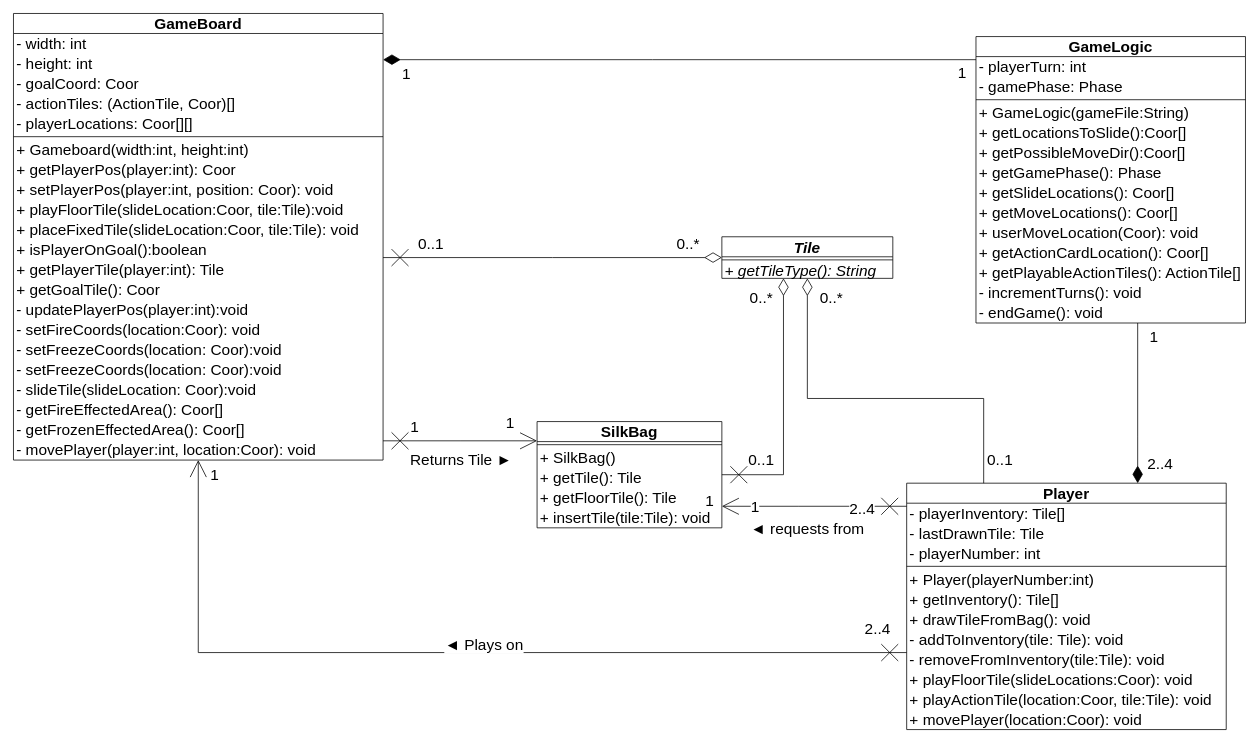
The draw.io diagram A1 Specification/UML/FinalPartialUML(1).drawio in paperclipstudio/Group14, before the edit. Source tidied: cells renumbered, new cells numbered last; positions are measured from the earlier drawing's top-left corner, leaving out a move shared by most shapes. Both pictures are drawn from the tidied source at 77%, with x=0, y=0 at pixel (13, 13).
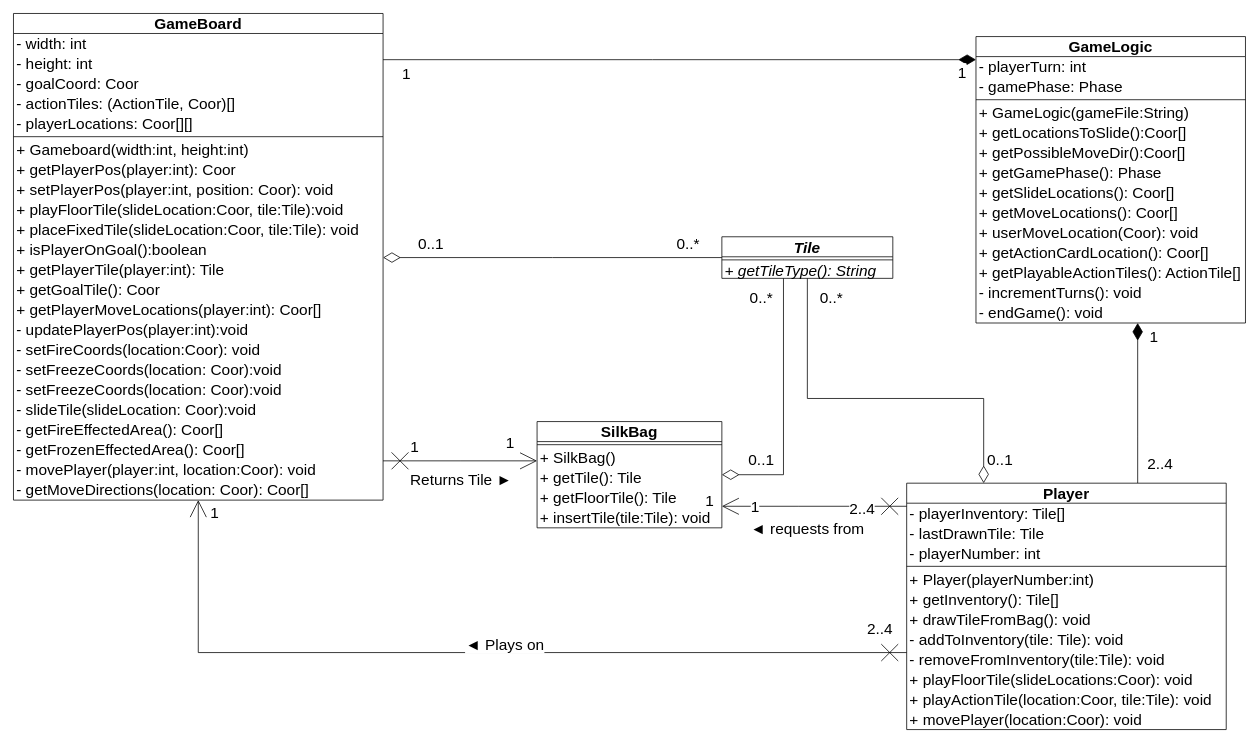
Above is the later version.

Unchanged cells that the change refers to:
```xml
<mxCell id="9" value="GameLogic" style="swimlane;fontStyle=1;align=center;verticalAlign=middle;horizontal=1;startSize=26;fontSize=20;spacing=0;spacingBottom=0;spacingTop=-3;" parent="1" vertex="1">
  <mxGeometry x="1250" y="30" width="350" height="372" as="geometry" />
</mxCell>
<mxCell id="27" value="SilkBag" style="swimlane;fontStyle=1;align=center;verticalAlign=middle;horizontal=1;startSize=26;fontSize=20;spacing=0;spacingBottom=0;spacingTop=-3;" parent="1" vertex="1">
  <mxGeometry x="680" y="530" width="240" height="138" as="geometry" />
</mxCell>
<mxCell id="69" value="Player" style="swimlane;fontStyle=1;align=center;verticalAlign=middle;horizontal=1;startSize=26;fontSize=20;spacing=0;spacingBottom=0;spacingTop=-3;" parent="1" vertex="1">
  <mxGeometry x="1160" y="610" width="415" height="320" as="geometry" />
</mxCell>
<mxCell id="85" value="Tile" style="swimlane;fontStyle=3;align=center;verticalAlign=middle;horizontal=1;startSize=26;fontSize=20;spacing=0;spacingBottom=0;spacingTop=-1;perimeterSpacing=0;rounded=0;shadow=0;sketch=0;labelBorderColor=none;" parent="1" vertex="1">
  <mxGeometry x="920" y="290" width="222" height="54" as="geometry" />
</mxCell>
```

Diff of the diagram source:
```diff
@@
-    <mxCell id="2" style="edgeStyle=elbowEdgeStyle;rounded=0;jettySize=auto;html=1;startSize=20;endSize=20;elbow=vertical;endArrow=diamondThin;endFill=1;startArrow=none;startFill=0;fontSize=20;spacing=0;spacingBottom=0;spacingTop=-3;verticalAlign=middle;" parent="1" edge="1" source="9" target="37">
+    <mxCell id="2" style="edgeStyle=elbowEdgeStyle;rounded=0;jettySize=auto;html=1;startSize=20;endSize=20;elbow=vertical;endArrow=none;endFill=0;startArrow=diamondThin;startFill=1;fontSize=20;spacing=0;spacingBottom=0;spacingTop=-3;verticalAlign=middle;" parent="1" edge="1" source="9" target="37">
       <mxGeometry relative="1" as="geometry">
         <Array as="points">
           <mxPoint x="830" y="60" />
         </Array>
       </mxGeometry>
     </mxCell>
@@
-    <mxCell id="5" style="edgeStyle=elbowEdgeStyle;rounded=0;jettySize=auto;html=1;startArrow=none;startFill=0;startSize=20;endArrow=diamondThin;endFill=1;endSize=20;strokeWidth=1;fontSize=20;spacing=0;spacingBottom=0;spacingTop=-3;verticalAlign=middle;" parent="1" edge="1" source="9" target="69">
+    <mxCell id="5" style="edgeStyle=elbowEdgeStyle;rounded=0;jettySize=auto;html=1;startArrow=diamondThin;startFill=1;startSize=20;endArrow=none;endFill=0;endSize=20;strokeWidth=1;fontSize=20;spacing=0;spacingBottom=0;spacingTop=-3;verticalAlign=middle;" parent="1" edge="1" source="9" target="69">
       <mxGeometry relative="1" as="geometry">
         <Array as="points">
           <mxPoint x="1460" y="550" />
         </Array>
       </mxGeometry>
     </mxCell>
@@
-    <mxCell id="24" style="edgeStyle=elbowEdgeStyle;rounded=0;jettySize=auto;html=1;startArrow=cross;startFill=0;startSize=20;endArrow=diamondThin;endFill=0;endSize=20;fontSize=20;spacing=0;spacingBottom=0;spacingTop=-3;verticalAlign=middle;" parent="1" edge="1" source="27" target="85">
+    <mxCell id="24" style="edgeStyle=elbowEdgeStyle;rounded=0;jettySize=auto;html=1;startArrow=diamondThin;startFill=0;startSize=20;endArrow=none;endFill=0;endSize=20;fontSize=20;spacing=0;spacingBottom=0;spacingTop=-3;verticalAlign=middle;" parent="1" edge="1" source="27" target="85">
       <mxGeometry relative="1" as="geometry">
         <Array as="points">
           <mxPoint x="1000" y="370" />
         </Array>
       </mxGeometry>
     </mxCell>
@@
     <mxCell id="37" value="GameBoard" style="swimlane;fontStyle=1;align=center;verticalAlign=middle;horizontal=1;startSize=26;fontSize=20;spacing=0;spacingBottom=0;spacingTop=-3;" parent="1" vertex="1">
-      <mxGeometry width="480" height="580" as="geometry" />
+      <mxGeometry width="480" height="632" as="geometry" />
     </mxCell>
@@
+    <mxCell id="91" value="+ getPlayerMoveLocations(player:int): Coor[]" style="text;strokeColor=none;fillColor=none;align=left;verticalAlign=middle;spacingLeft=4;spacingRight=4;overflow=hidden;fontSize=20;spacing=0;spacingBottom=0;spacingTop=-3;" parent="37" vertex="1">
+      <mxGeometry y="372" width="480" height="26" as="geometry" />
+    </mxCell>
     <mxCell id="52" value="- updatePlayerPos(player:int):void" style="text;strokeColor=none;fillColor=none;align=left;verticalAlign=middle;spacingLeft=4;spacingRight=4;overflow=hidden;fontSize=20;spacing=0;spacingBottom=0;spacingTop=-3;" parent="37" vertex="1">
-      <mxGeometry y="372" width="480" height="26" as="geometry" />
+      <mxGeometry y="398" width="480" height="26" as="geometry" />
     </mxCell>
     <mxCell id="53" value="- setFireCoords(location:Coor): void" style="text;strokeColor=none;fillColor=none;align=left;verticalAlign=middle;spacingLeft=4;spacingRight=4;overflow=hidden;fontSize=20;spacing=0;spacingBottom=0;spacingTop=-3;" parent="37" vertex="1">
-      <mxGeometry y="398" width="480" height="26" as="geometry" />
+      <mxGeometry y="424" width="480" height="26" as="geometry" />
     </mxCell>
     <mxCell id="54" value="- setFreezeCoords(location: Coor):void" style="text;strokeColor=none;fillColor=none;align=left;verticalAlign=middle;spacingLeft=4;spacingRight=4;overflow=hidden;fontSize=20;spacing=0;spacingBottom=0;spacingTop=-3;" parent="37" vertex="1">
-      <mxGeometry y="424" width="480" height="26" as="geometry" />
+      <mxGeometry y="450" width="480" height="26" as="geometry" />
     </mxCell>
     <mxCell id="55" value="- setFreezeCoords(location: Coor):void" style="text;strokeColor=none;fillColor=none;align=left;verticalAlign=middle;spacingLeft=4;spacingRight=4;overflow=hidden;fontSize=20;spacing=0;spacingBottom=0;spacingTop=-3;" parent="37" vertex="1">
-      <mxGeometry y="450" width="480" height="26" as="geometry" />
+      <mxGeometry y="476" width="480" height="26" as="geometry" />
     </mxCell>
     <mxCell id="56" value="- slideTile(slideLocation: Coor):void" style="text;strokeColor=none;fillColor=none;align=left;verticalAlign=middle;spacingLeft=4;spacingRight=4;overflow=hidden;fontSize=20;spacing=0;spacingBottom=0;spacingTop=-3;" parent="37" vertex="1">
-      <mxGeometry y="476" width="480" height="26" as="geometry" />
+      <mxGeometry y="502" width="480" height="26" as="geometry" />
     </mxCell>
     <mxCell id="57" value="- getFireEffectedArea(): Coor[]" style="text;strokeColor=none;fillColor=none;align=left;verticalAlign=middle;spacingLeft=4;spacingRight=4;overflow=hidden;fontSize=20;spacing=0;spacingBottom=0;spacingTop=-3;" parent="37" vertex="1">
-      <mxGeometry y="502" width="480" height="26" as="geometry" />
+      <mxGeometry y="528" width="480" height="26" as="geometry" />
     </mxCell>
     <mxCell id="58" value="- getFrozenEffectedArea(): Coor[]" style="text;strokeColor=none;fillColor=none;align=left;verticalAlign=middle;spacingLeft=4;spacingRight=4;overflow=hidden;fontSize=20;spacing=0;spacingBottom=0;spacingTop=-3;" parent="37" vertex="1">
-      <mxGeometry y="528" width="480" height="26" as="geometry" />
+      <mxGeometry y="554" width="480" height="26" as="geometry" />
     </mxCell>
     <mxCell id="59" value="- movePlayer(player:int, location:Coor): void" style="text;strokeColor=none;fillColor=none;align=left;verticalAlign=middle;spacingLeft=4;spacingRight=4;overflow=hidden;fontSize=20;spacing=0;spacingBottom=0;spacingTop=-3;" parent="37" vertex="1">
-      <mxGeometry y="554" width="480" height="26" as="geometry" />
+      <mxGeometry y="580" width="480" height="26" as="geometry" />
     </mxCell>
+    <mxCell id="92" value="- getMoveDirections(location: Coor): Coor[]" style="text;strokeColor=none;fillColor=none;align=left;verticalAlign=middle;spacingLeft=4;spacingRight=4;overflow=hidden;fontSize=20;spacing=0;spacingBottom=0;spacingTop=-3;" parent="37" vertex="1">
+      <mxGeometry y="606" width="480" height="26" as="geometry" />
+    </mxCell>
@@
-    <mxCell id="82" style="edgeStyle=elbowEdgeStyle;rounded=0;jettySize=auto;elbow=vertical;html=1;startArrow=diamondThin;startFill=0;startSize=20;endArrow=none;endFill=0;endSize=20;strokeWidth=1;fontSize=20;spacing=0;spacingBottom=0;spacingTop=-3;verticalAlign=middle;" parent="1" edge="1" source="85" target="69">
+    <mxCell id="82" style="edgeStyle=elbowEdgeStyle;rounded=0;jettySize=auto;elbow=vertical;html=1;startArrow=none;startFill=0;startSize=20;endArrow=diamondThin;endFill=0;endSize=20;strokeWidth=1;fontSize=20;spacing=0;spacingBottom=0;spacingTop=-3;verticalAlign=middle;" parent="1" edge="1" source="85" target="69">
       <mxGeometry relative="1" as="geometry">
         <Array as="points">
           <mxPoint x="1260" y="500" />
           <mxPoint x="1100" y="570" />
           <mxPoint x="1070" y="320" />
           <mxPoint x="1100" y="430" />
           <mxPoint x="1020" y="370" />
         </Array>
       </mxGeometry>
     </mxCell>
@@
-    <mxCell id="88" style="edgeStyle=elbowEdgeStyle;rounded=0;jettySize=auto;html=1;startArrow=cross;startFill=0;startSize=20;endArrow=diamondThin;endFill=0;endSize=20;elbow=vertical;fontSize=20;spacing=0;spacingBottom=0;spacingTop=-3;verticalAlign=middle;" parent="1" edge="1" source="37" target="85">
+    <mxCell id="88" style="edgeStyle=elbowEdgeStyle;jettySize=auto;html=1;startArrow=diamondThin;startFill=0;startSize=20;endArrow=none;endFill=0;endSize=20;elbow=vertical;fontSize=20;spacing=0;spacingBottom=0;spacingTop=-3;verticalAlign=middle;rounded=0;" parent="1" edge="1" source="37" target="85">
       <mxGeometry relative="1" as="geometry" />
     </mxCell>
```
